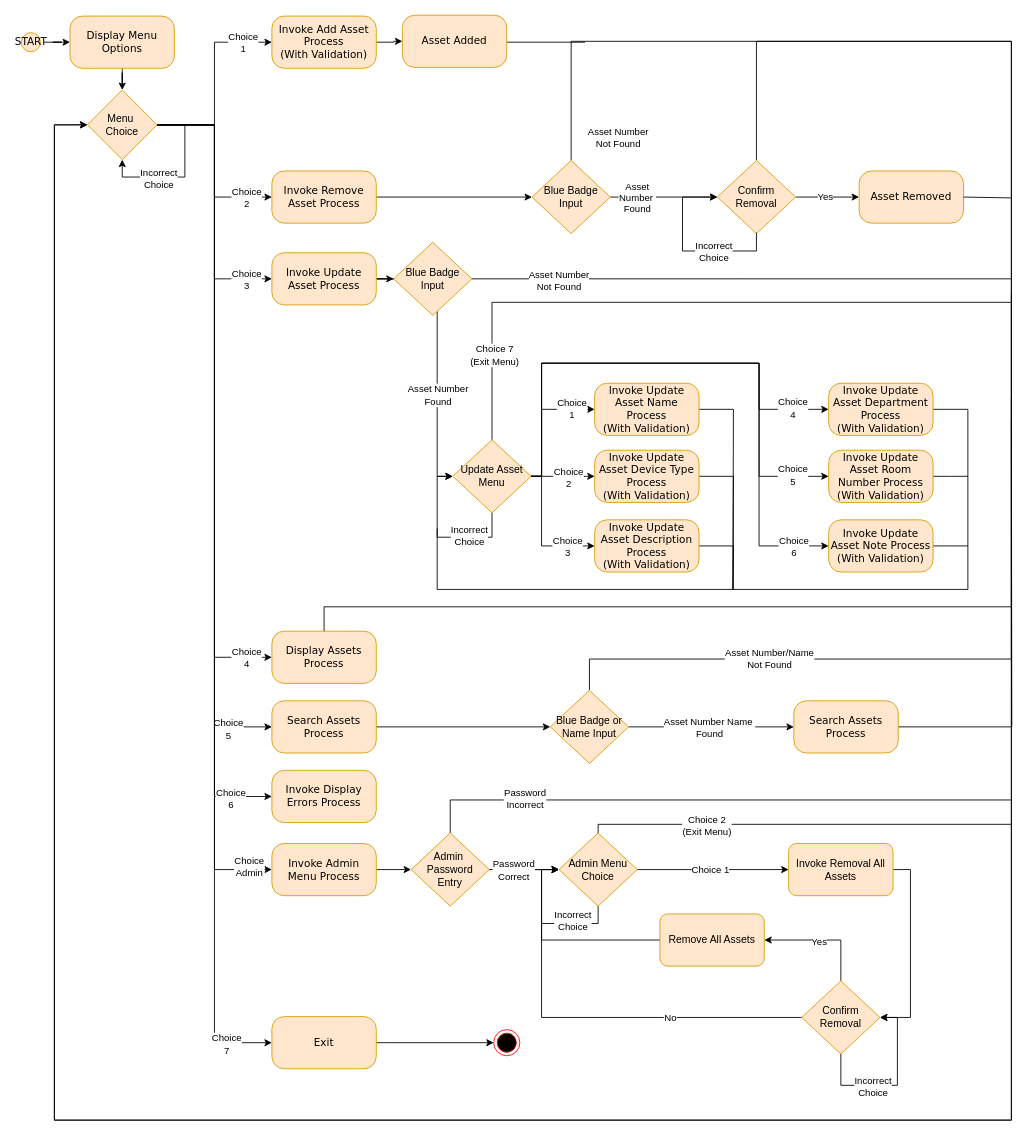
The draw.io diagram Activity Diagram.drawio in Xanguard/AssetRegister, before the edit. Source tidied: cells renumbered, new cells numbered last; positions are measured from the earlier drawing's top-left corner, leaving out a move shared by most shapes. Both pictures are drawn from the tidied source at 87%, with x=0, y=0 at pixel (17, 15).
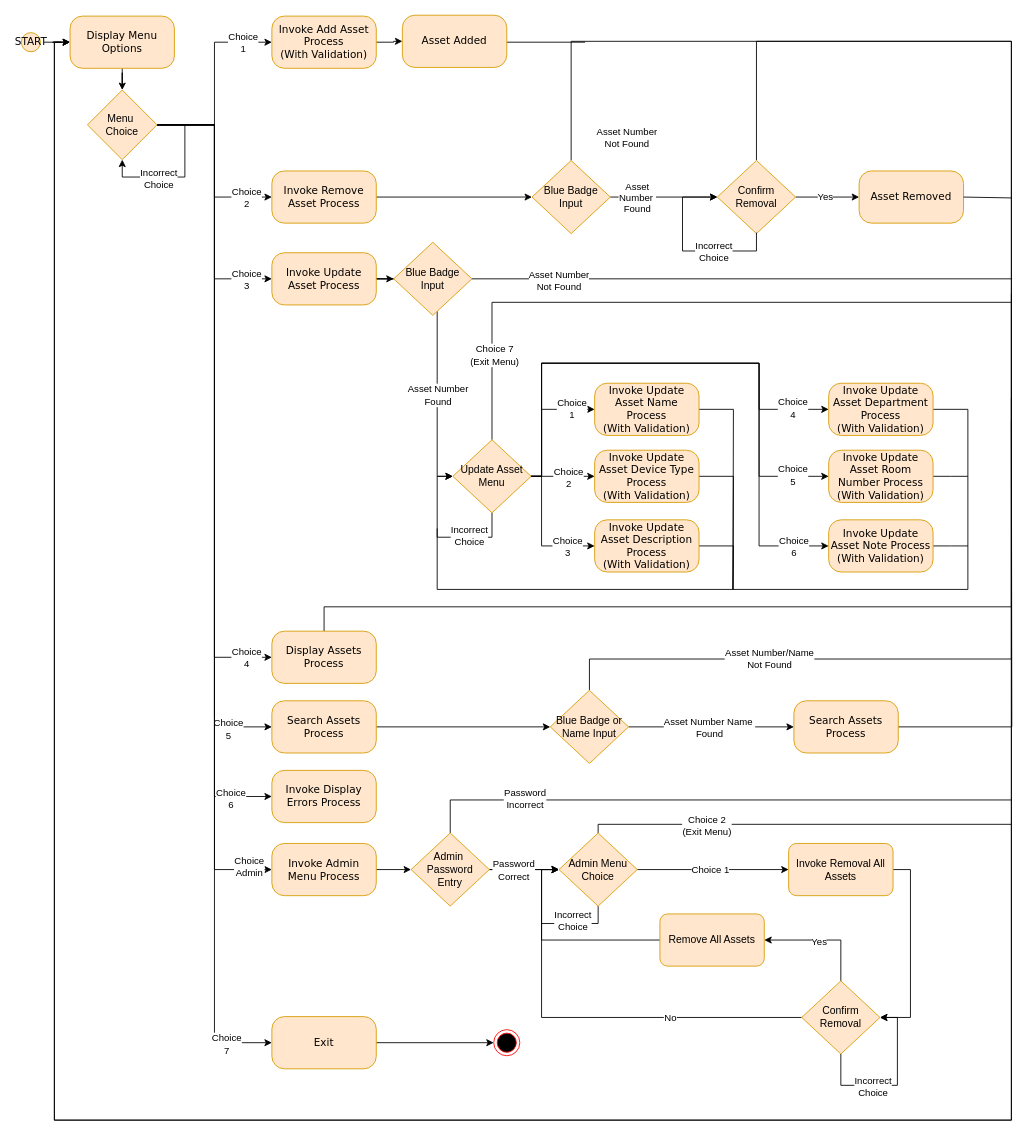
Above is the later version.

Unchanged cells that the change refers to:
```xml
<mxCell id="5" value="Display Menu Options" style="rounded=1;whiteSpace=wrap;html=1;arcSize=24;fillColor=#ffe6cc;strokeColor=#d79b00;shadow=0;comic=0;labelBackgroundColor=none;fontFamily=Verdana;fontSize=12;align=center;" parent="1" vertex="1">
  <mxGeometry x="60" y="1" width="120" height="60" as="geometry" />
</mxCell>
<mxCell id="18" value="Menu&amp;nbsp;&lt;div&gt;Choice&lt;/div&gt;" style="rhombus;whiteSpace=wrap;html=1;fillColor=#ffe6cc;strokeColor=#d79b00;" parent="1" vertex="1">
  <mxGeometry x="80" y="86" width="80" height="80" as="geometry" />
</mxCell>
<mxCell id="38" value="Blue Badge Input" style="rhombus;whiteSpace=wrap;html=1;fillColor=#ffe6cc;strokeColor=#d79b00;" parent="1" vertex="1">
  <mxGeometry x="591" y="167" width="90" height="84" as="geometry" />
</mxCell>
<mxCell id="43" value="Confirm Removal" style="rhombus;whiteSpace=wrap;html=1;fillColor=#ffe6cc;strokeColor=#d79b00;" parent="1" vertex="1">
  <mxGeometry x="804" y="167" width="90" height="84" as="geometry" />
</mxCell>
```

What changed in the source:
```diff
@@
-    <mxCell id="36" style="edgeStyle=orthogonalEdgeStyle;rounded=0;jettySize=auto;html=1;entryX=0;entryY=0.5;entryDx=0;entryDy=0;" parent="1" edge="1" source="38" target="18">
+    <mxCell id="36" style="edgeStyle=orthogonalEdgeStyle;rounded=0;jettySize=auto;html=1;entryX=0;entryY=0.5;entryDx=0;entryDy=0;" parent="1" edge="1" source="38" target="5">
       <mxGeometry relative="1" as="geometry">
         <Array as="points">
           <mxPoint x="636" y="30" />
           <mxPoint x="1142" y="30" />
           <mxPoint x="1142" y="1270" />
           <mxPoint x="42" y="1270" />
-          <mxPoint x="42" y="126" />
+          <mxPoint x="42" y="31" />
         </Array>
       </mxGeometry>
     </mxCell>
@@
-    <mxCell id="41" style="edgeStyle=orthogonalEdgeStyle;rounded=0;jettySize=auto;html=1;entryX=0;entryY=0.5;entryDx=0;entryDy=0;exitX=0.5;exitY=0;exitDx=0;exitDy=0;" parent="1" edge="1" source="43" target="18">
+    <mxCell id="41" style="edgeStyle=orthogonalEdgeStyle;rounded=0;jettySize=auto;html=1;entryX=0;entryY=0.5;entryDx=0;entryDy=0;exitX=0.5;exitY=0;exitDx=0;exitDy=0;" parent="1" edge="1" source="43" target="5">
       <mxGeometry relative="1" as="geometry">
         <Array as="points">
           <mxPoint x="849" y="30" />
           <mxPoint x="1142" y="30" />
           <mxPoint x="1142" y="1270" />
           <mxPoint x="42" y="1270" />
-          <mxPoint x="42" y="126" />
+          <mxPoint x="42" y="31" />
         </Array>
       </mxGeometry>
     </mxCell>
```
